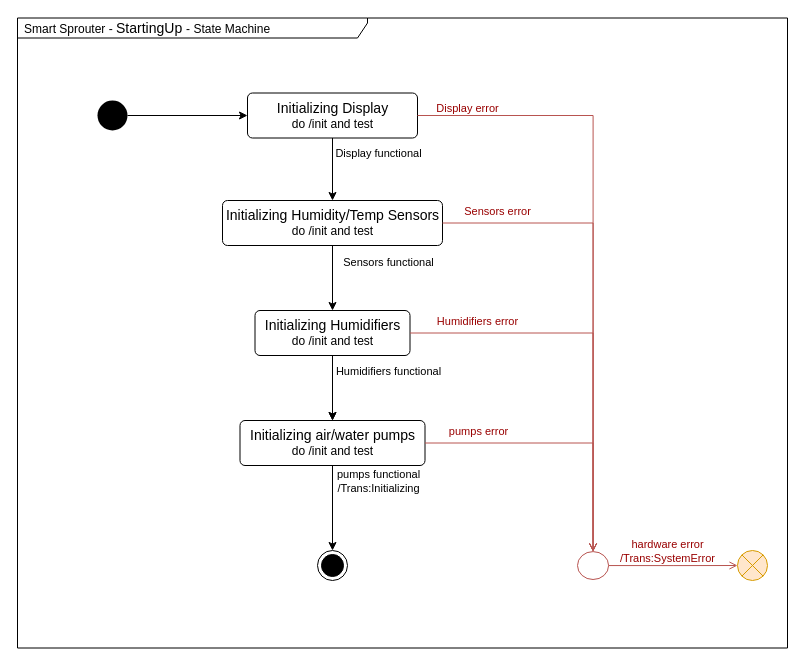
EhudVardi/SmartSprouter keeps this draw.io diagram as page "StartingUp" (2 of 9) of Documents/SmartSprouter_SystemFlow.drawio. Above is the earlier version. Source tidied: cells renumbered, new cells numbered last; positions are measured from the earlier drawing's top-left corner, leaving out a move shared by most shapes. Both pictures are drawn from the tidied source at 100%, with x=0, y=0 at pixel (17, 18).
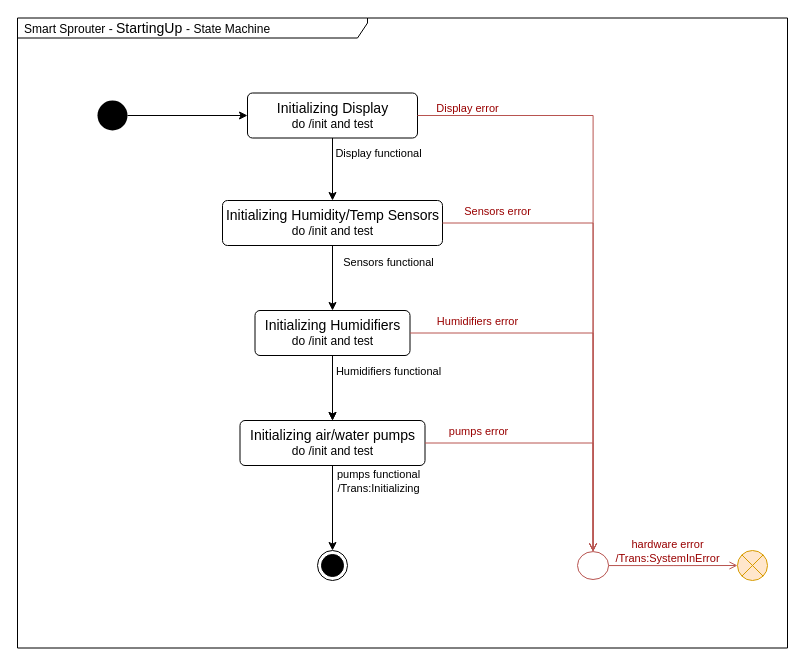
After the change.

The change refers to these unchanged cells:
```xml
<mxCell id="28" style="edgeStyle=orthogonalEdgeStyle;rounded=0;jettySize=auto;html=1;endArrow=open;endFill=0;fillColor=#f8cecc;strokeColor=#b85450;exitX=1;exitY=0.5;exitDx=0;exitDy=0;entryX=0;entryY=0.5;entryDx=0;entryDy=0;" parent="1" edge="1" source="27" target="30">
  <mxGeometry relative="1" as="geometry" />
</mxCell>
```

Change to the diagram source:
```diff
@@
-    <mxCell id="29" value="hardware error &lt;br&gt;/Trans:SystemError" style="edgeLabel;html=1;align=center;verticalAlign=middle;fontColor=#990000;" parent="28" vertex="1">
+    <mxCell id="29" value="hardware error &lt;br&gt;/Trans:SystemInError" style="edgeLabel;html=1;align=center;verticalAlign=middle;fontColor=#990000;" parent="28" vertex="1">
       <mxGeometry x="-0.9" y="1" relative="1" as="geometry">
         <mxPoint x="52" y="-14" as="offset" />
       </mxGeometry>
     </mxCell>
```
